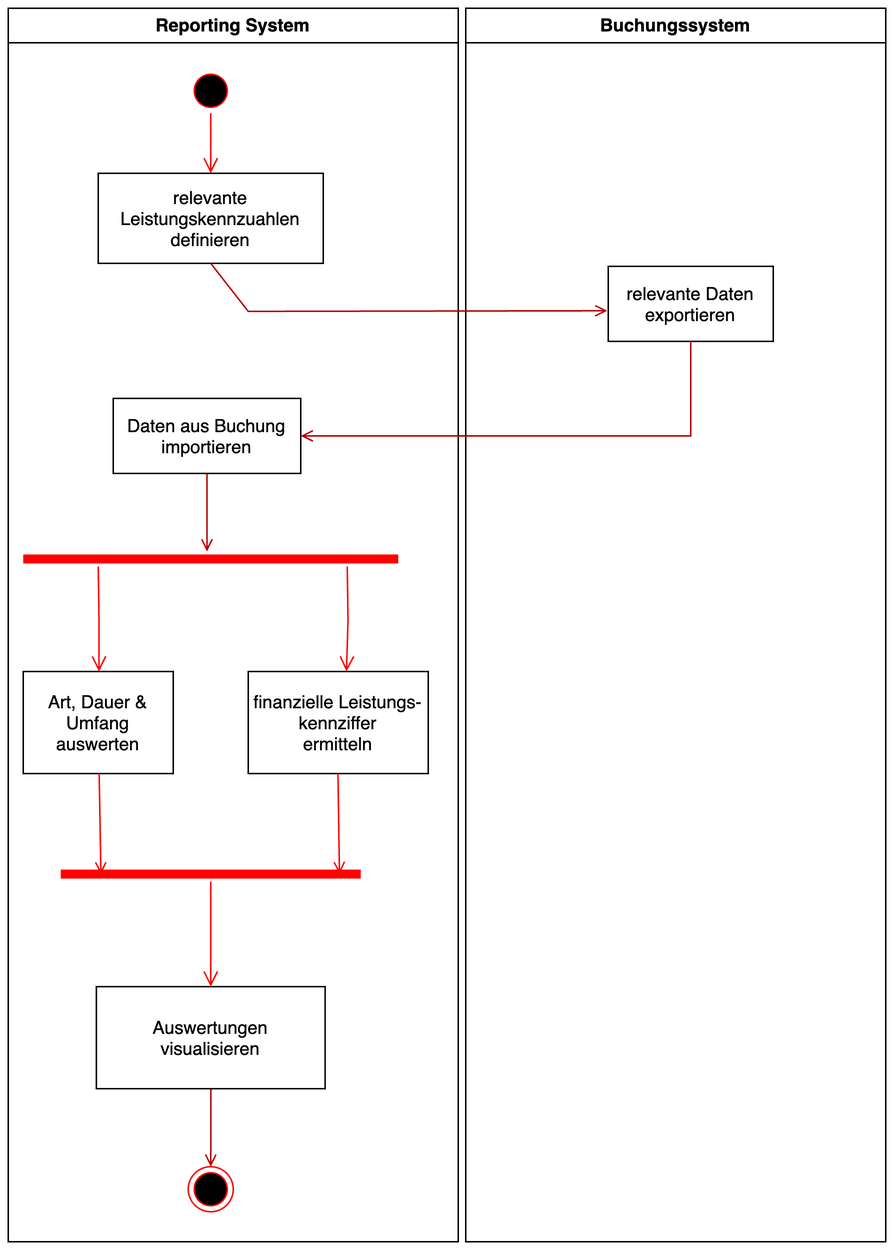
Before: E2 - Gabriel/E2 Aktivitäts.drawio.png, a diagram exported from draw.io (JanUwU42/SoftwareEngineeringProjektarbeit). Source tidied: cells renumbered, new cells last; positions are measured from the earlier drawing's top-left corner, leaving out a move shared by most shapes.
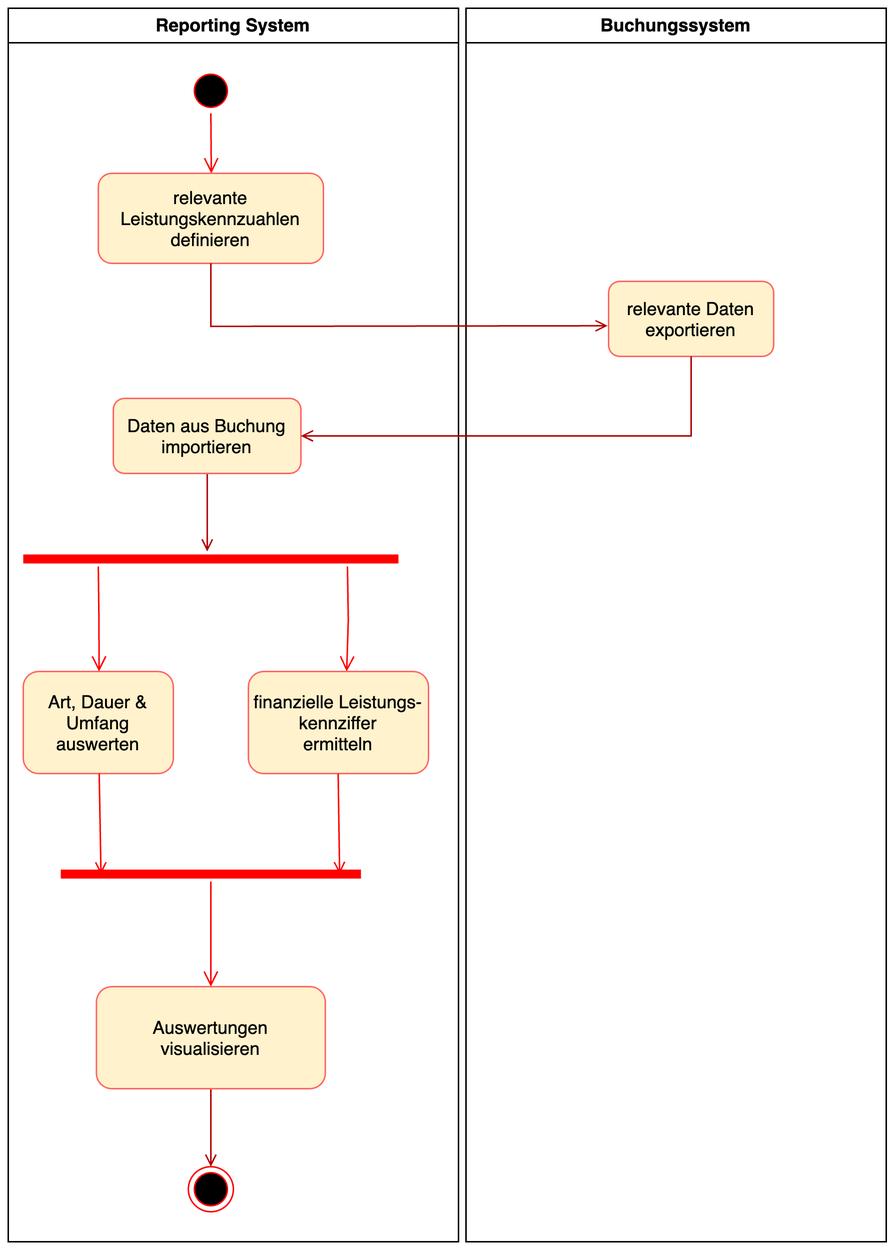
Later version of the same file.

What changed in the source:
```diff
@@ -13,16 +13,16 @@
         <mxPoint x="134.8" y="110" as="targetPoint" />
       </mxGeometry>
     </mxCell>
-    <mxCell id="5" value="relevante&#10;Leistungskennzuahlen&#10;definieren" parent="2" vertex="1">
+    <mxCell id="5" value="relevante&#10;Leistungskennzuahlen&#10;definieren" style="fillColor=#fff2cc;strokeColor=#FF6666;rounded=1;" parent="2" vertex="1">
       <mxGeometry x="60" y="110" width="150" height="60" as="geometry" />
     </mxCell>
-    <mxCell id="6" value="Art, Dauer &amp;&#10;Umfang&#10;auswerten" parent="2" vertex="1">
+    <mxCell id="6" value="Art, Dauer &amp;&#10;Umfang&#10;auswerten" style="fillColor=#fff2cc;strokeColor=#FF6666;rounded=1;" parent="2" vertex="1">
       <mxGeometry x="10" y="442" width="100" height="68" as="geometry" />
     </mxCell>
     <mxCell id="7" style="edgeStyle=orthogonalEdgeStyle;rounded=0;jettySize=auto;html=1;endArrow=open;endFill=0;fillColor=#e51400;strokeColor=#B20000;" parent="2" edge="1" source="8" target="12">
       <mxGeometry relative="1" as="geometry" />
     </mxCell>
-    <mxCell id="8" value="Auswertungen&#10;visualisieren" parent="2" vertex="1">
+    <mxCell id="8" value="Auswertungen&#10;visualisieren" style="fillColor=#fff2cc;strokeColor=#FF6666;rounded=1;" parent="2" vertex="1">
       <mxGeometry x="58.8" y="652" width="152.5" height="68" as="geometry" />
     </mxCell>
     <mxCell id="9" style="endArrow=open;strokeColor=#FF0000;endFill=1;rounded=0;entryX=0.134;entryY=0.52;entryDx=0;entryDy=0;entryPerimeter=0;" parent="2" edge="1" source="6" target="17">
@@ -36,7 +36,7 @@
         </Array>
       </mxGeometry>
     </mxCell>
-    <mxCell id="11" value="Daten aus Buchung&#10;importieren" parent="2" vertex="1">
+    <mxCell id="11" value="Daten aus Buchung&#10;importieren" style="fillColor=#fff2cc;strokeColor=#FF6666;rounded=1;" parent="2" vertex="1">
       <mxGeometry x="70" y="260" width="125" height="50" as="geometry" />
     </mxCell>
     <mxCell id="12" style="ellipse;html=1;shape=endState;fillColor=#000000;strokeColor=#ff0000;" parent="2" vertex="1">
@@ -57,7 +57,7 @@
         <mxPoint x="225.5" y="442" as="targetPoint" />
       </mxGeometry>
     </mxCell>
-    <mxCell id="16" value="finanzielle Leistungs-&#10;kennziffer&#10;ermitteln" parent="2" vertex="1">
+    <mxCell id="16" value="finanzielle Leistungs-&#10;kennziffer&#10;ermitteln" style="fillColor=#fff2cc;strokeColor=#FF6666;rounded=1;" parent="2" vertex="1">
       <mxGeometry x="160" y="442" width="120" height="68" as="geometry" />
     </mxCell>
     <mxCell id="17" style="shape=line;html=1;strokeWidth=6;strokeColor=#ff0000;" parent="2" vertex="1">
@@ -75,13 +75,13 @@
     <mxCell id="20" value="Buchungssystem" style="swimlane;whiteSpace=wrap;" parent="1" vertex="1">
       <mxGeometry x="305" width="280" height="822" as="geometry" />
     </mxCell>
-    <mxCell id="21" value="relevante Daten&#10;exportieren" parent="20" vertex="1">
-      <mxGeometry x="95" y="172" width="110" height="50" as="geometry" />
+    <mxCell id="21" value="relevante Daten&#10;exportieren" style="rounded=1;fillColor=#fff2cc;strokeColor=#FF6666;" parent="20" vertex="1">
+      <mxGeometry x="95" y="182" width="110" height="50" as="geometry" />
     </mxCell>
     <mxCell id="22" style="endArrow=open;html=1;rounded=0;exitX=0.5;exitY=1;exitDx=0;exitDy=0;entryX=-0.006;entryY=0.592;entryDx=0;entryDy=0;entryPerimeter=0;fillColor=#e51400;strokeColor=#B20000;endFill=0;" parent="1" edge="1" source="5" target="21">
       <mxGeometry relative="1" as="geometry">
         <Array as="points">
-          <mxPoint x="160" y="202" />
+          <mxPoint x="135" y="212" />
         </Array>
       </mxGeometry>
     </mxCell>
```
